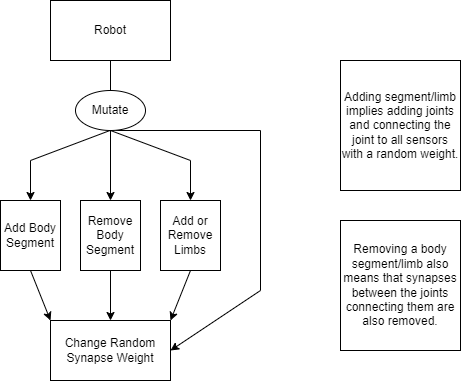
This is diagram-mutate.png from ankhaa-e/cs396-ludobots, a draw.io export, as it was before one commit. Source tidied: cells renumbered, new cells last; positions are measured from the earlier drawing's top-left corner, leaving out a move shared by most shapes. The source it was exported from:
```xml
<mxGraphModel>
  <root>
    <mxCell id="0" />
    <mxCell id="1" parent="0" />
    <mxCell id="2" value="Robot" style="rounded=0;whiteSpace=wrap;html=1;" parent="1" vertex="1">
      <mxGeometry x="50" width="120" height="60" as="geometry" />
    </mxCell>
    <mxCell id="3" style="endArrow=classic;html=1;rounded=0;exitX=0.5;exitY=1;exitDx=0;exitDy=0;" parent="1" edge="1" source="7">
      <mxGeometry relative="1" as="geometry">
        <mxPoint x="190" y="200" as="targetPoint" />
        <Array as="points">
          <mxPoint x="190" y="160" />
        </Array>
      </mxGeometry>
    </mxCell>
    <mxCell id="4" style="endArrow=classic;html=1;rounded=0;" parent="1" edge="1">
      <mxGeometry relative="1" as="geometry">
        <mxPoint x="109.5" y="130" as="sourcePoint" />
        <mxPoint x="30" y="200" as="targetPoint" />
        <Array as="points">
          <mxPoint x="30" y="160" />
        </Array>
      </mxGeometry>
    </mxCell>
    <mxCell id="5" style="endArrow=classic;html=1;rounded=0;entryX=1;entryY=0.5;entryDx=0;entryDy=0;" parent="1" edge="1" target="12">
      <mxGeometry relative="1" as="geometry">
        <mxPoint x="115" y="130" as="sourcePoint" />
        <Array as="points">
          <mxPoint x="260" y="130" />
          <mxPoint x="260" y="290" />
        </Array>
      </mxGeometry>
    </mxCell>
    <mxCell id="6" style="endArrow=classic;html=1;rounded=0;exitX=0.5;exitY=1;exitDx=0;exitDy=0;" parent="1" edge="1" source="2">
      <mxGeometry relative="1" as="geometry">
        <mxPoint x="110" y="200" as="targetPoint" />
      </mxGeometry>
    </mxCell>
    <mxCell id="7" value="Mutate" style="ellipse;whiteSpace=wrap;html=1;" parent="1" vertex="1">
      <mxGeometry x="75" y="90" width="70" height="40" as="geometry" />
    </mxCell>
    <mxCell id="8" value="Add Body Segment" style="rounded=0;whiteSpace=wrap;html=1;" parent="1" vertex="1">
      <mxGeometry y="200" width="60" height="70" as="geometry" />
    </mxCell>
    <mxCell id="9" value="Remove Body Segment" style="rounded=0;whiteSpace=wrap;html=1;" parent="1" vertex="1">
      <mxGeometry x="80" y="200" width="60" height="70" as="geometry" />
    </mxCell>
    <mxCell id="10" value="Add or Remove Limbs" style="rounded=0;whiteSpace=wrap;html=1;" parent="1" vertex="1">
      <mxGeometry x="160" y="200" width="60" height="70" as="geometry" />
    </mxCell>
    <mxCell id="11" style="endArrow=classic;html=1;rounded=0;exitX=0.5;exitY=1;exitDx=0;exitDy=0;entryX=0;entryY=0;entryDx=0;entryDy=0;" parent="1" edge="1" source="8" target="12">
      <mxGeometry relative="1" as="geometry" />
    </mxCell>
    <mxCell id="12" value="Change Random Synapse Weight" style="rounded=0;whiteSpace=wrap;html=1;" parent="1" vertex="1">
      <mxGeometry x="50" y="320" width="120" height="60" as="geometry" />
    </mxCell>
    <mxCell id="13" style="endArrow=classic;html=1;rounded=0;exitX=0.5;exitY=1;exitDx=0;exitDy=0;entryX=0.5;entryY=0;entryDx=0;entryDy=0;" parent="1" edge="1" source="9" target="12">
      <mxGeometry relative="1" as="geometry" />
    </mxCell>
    <mxCell id="14" style="endArrow=classic;html=1;rounded=0;exitX=0.5;exitY=1;exitDx=0;exitDy=0;entryX=1;entryY=0;entryDx=0;entryDy=0;" parent="1" edge="1" source="10" target="12">
      <mxGeometry relative="1" as="geometry" />
    </mxCell>
    <mxCell id="15" value="Adding segment/limb implies adding joints and connecting the joint to all sensors with a random weight." style="rounded=0;whiteSpace=wrap;html=1;" parent="1" vertex="1">
      <mxGeometry x="340" y="60" width="120" height="130" as="geometry" />
    </mxCell>
    <mxCell id="16" value="Removing a body segment/limb also means that synapses between the joints connecting them are also removed." style="rounded=0;whiteSpace=wrap;html=1;" parent="1" vertex="1">
      <mxGeometry x="340" y="220" width="120" height="130" as="geometry" />
    </mxCell>
  </root>
</mxGraphModel>
```
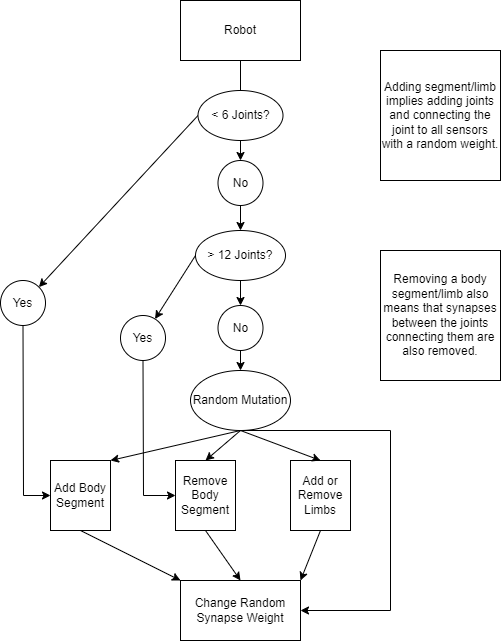
After the commit.

Diff of the diagram source:
```diff
@@ -3,56 +3,22 @@
     <mxCell id="0" />
     <mxCell id="1" parent="0" />
     <mxCell id="2" value="Robot" style="rounded=0;whiteSpace=wrap;html=1;" parent="1" vertex="1">
-      <mxGeometry x="50" width="120" height="60" as="geometry" />
+      <mxGeometry x="40" y="-140" width="120" height="60" as="geometry" />
     </mxCell>
-    <mxCell id="3" style="endArrow=classic;html=1;rounded=0;exitX=0.5;exitY=1;exitDx=0;exitDy=0;" parent="1" edge="1" source="7">
-      <mxGeometry relative="1" as="geometry">
-        <mxPoint x="190" y="200" as="targetPoint" />
-        <Array as="points">
-          <mxPoint x="190" y="160" />
-        </Array>
-      </mxGeometry>
-    </mxCell>
-    <mxCell id="4" style="endArrow=classic;html=1;rounded=0;" parent="1" edge="1">
-      <mxGeometry relative="1" as="geometry">
-        <mxPoint x="109.5" y="130" as="sourcePoint" />
-        <mxPoint x="30" y="200" as="targetPoint" />
-        <Array as="points">
-          <mxPoint x="30" y="160" />
-        </Array>
-      </mxGeometry>
-    </mxCell>
-    <mxCell id="5" style="endArrow=classic;html=1;rounded=0;entryX=1;entryY=0.5;entryDx=0;entryDy=0;" parent="1" edge="1" target="12">
-      <mxGeometry relative="1" as="geometry">
-        <mxPoint x="115" y="130" as="sourcePoint" />
-        <Array as="points">
-          <mxPoint x="260" y="130" />
-          <mxPoint x="260" y="290" />
-        </Array>
-      </mxGeometry>
-    </mxCell>
-    <mxCell id="6" style="endArrow=classic;html=1;rounded=0;exitX=0.5;exitY=1;exitDx=0;exitDy=0;" parent="1" edge="1" source="2">
-      <mxGeometry relative="1" as="geometry">
-        <mxPoint x="110" y="200" as="targetPoint" />
-      </mxGeometry>
-    </mxCell>
-    <mxCell id="7" value="Mutate" style="ellipse;whiteSpace=wrap;html=1;" parent="1" vertex="1">
-      <mxGeometry x="75" y="90" width="70" height="40" as="geometry" />
-    </mxCell>
     <mxCell id="8" value="Add Body Segment" style="rounded=0;whiteSpace=wrap;html=1;" parent="1" vertex="1">
-      <mxGeometry y="200" width="60" height="70" as="geometry" />
+      <mxGeometry x="-90" y="320" width="60" height="70" as="geometry" />
     </mxCell>
     <mxCell id="9" value="Remove Body Segment" style="rounded=0;whiteSpace=wrap;html=1;" parent="1" vertex="1">
-      <mxGeometry x="80" y="200" width="60" height="70" as="geometry" />
+      <mxGeometry x="35" y="320" width="60" height="70" as="geometry" />
     </mxCell>
     <mxCell id="10" value="Add or Remove Limbs" style="rounded=0;whiteSpace=wrap;html=1;" parent="1" vertex="1">
-      <mxGeometry x="160" y="200" width="60" height="70" as="geometry" />
+      <mxGeometry x="150" y="320" width="60" height="70" as="geometry" />
     </mxCell>
     <mxCell id="11" style="endArrow=classic;html=1;rounded=0;exitX=0.5;exitY=1;exitDx=0;exitDy=0;entryX=0;entryY=0;entryDx=0;entryDy=0;" parent="1" edge="1" source="8" target="12">
       <mxGeometry relative="1" as="geometry" />
     </mxCell>
     <mxCell id="12" value="Change Random Synapse Weight" style="rounded=0;whiteSpace=wrap;html=1;" parent="1" vertex="1">
-      <mxGeometry x="50" y="320" width="120" height="60" as="geometry" />
+      <mxGeometry x="40" y="440" width="120" height="60" as="geometry" />
     </mxCell>
     <mxCell id="13" style="endArrow=classic;html=1;rounded=0;exitX=0.5;exitY=1;exitDx=0;exitDy=0;entryX=0.5;entryY=0;entryDx=0;entryDy=0;" parent="1" edge="1" source="9" target="12">
       <mxGeometry relative="1" as="geometry" />
@@ -61,10 +27,84 @@
       <mxGeometry relative="1" as="geometry" />
     </mxCell>
     <mxCell id="15" value="Adding segment/limb implies adding joints and connecting the joint to all sensors with a random weight." style="rounded=0;whiteSpace=wrap;html=1;" parent="1" vertex="1">
-      <mxGeometry x="340" y="60" width="120" height="130" as="geometry" />
+      <mxGeometry x="240" y="-90" width="120" height="130" as="geometry" />
     </mxCell>
     <mxCell id="16" value="Removing a body segment/limb also means that synapses between the joints connecting them are also removed." style="rounded=0;whiteSpace=wrap;html=1;" parent="1" vertex="1">
-      <mxGeometry x="340" y="220" width="120" height="130" as="geometry" />
+      <mxGeometry x="240" y="110" width="120" height="130" as="geometry" />
     </mxCell>
+    <mxCell id="17" value="Yes" style="ellipse;whiteSpace=wrap;html=1;" parent="1" vertex="1">
+      <mxGeometry x="-140" y="140" width="45" height="45" as="geometry" />
+    </mxCell>
+    <mxCell id="18" style="endArrow=classic;html=1;rounded=0;exitX=0.5;exitY=1;exitDx=0;exitDy=0;entryX=0;entryY=0.5;entryDx=0;entryDy=0;" parent="1" edge="1" source="17" target="8">
+      <mxGeometry relative="1" as="geometry">
+        <Array as="points">
+          <mxPoint x="-117" y="355" />
+        </Array>
+      </mxGeometry>
+    </mxCell>
+    <mxCell id="19" style="endArrow=classic;html=1;rounded=0;exitX=0;exitY=0.5;exitDx=0;exitDy=0;entryX=1;entryY=0;entryDx=0;entryDy=0;" parent="1" edge="1" source="7" target="17">
+      <mxGeometry relative="1" as="geometry" />
+    </mxCell>
+    <mxCell id="20" style="endArrow=classic;html=1;rounded=0;exitX=0.5;exitY=1;exitDx=0;exitDy=0;entryX=0.5;entryY=0;entryDx=0;entryDy=0;" parent="1" edge="1" source="7" target="21">
+      <mxGeometry relative="1" as="geometry" />
+    </mxCell>
+    <mxCell id="21" value="No" style="ellipse;whiteSpace=wrap;html=1;" parent="1" vertex="1">
+      <mxGeometry x="77.5" y="20" width="45" height="45" as="geometry" />
+    </mxCell>
+    <mxCell id="22" style="endArrow=none;html=1;rounded=0;exitX=0.5;exitY=1;exitDx=0;exitDy=0;" parent="1" edge="1" source="2" target="7">
+      <mxGeometry relative="1" as="geometry" />
+    </mxCell>
+    <mxCell id="7" value="&amp;lt; 6 Joints?" style="ellipse;whiteSpace=wrap;html=1;" parent="1" vertex="1">
+      <mxGeometry x="57.5" y="-50" width="85" height="50" as="geometry" />
+    </mxCell>
+    <mxCell id="23" style="endArrow=classic;html=1;rounded=0;exitX=0.5;exitY=1;exitDx=0;exitDy=0;entryX=0.5;entryY=0;entryDx=0;entryDy=0;" parent="1" edge="1" source="21" target="24">
+      <mxGeometry relative="1" as="geometry" />
+    </mxCell>
+    <mxCell id="24" value="&amp;gt; 12 Joints?" style="ellipse;whiteSpace=wrap;html=1;" parent="1" vertex="1">
+      <mxGeometry x="55" y="90" width="90" height="50" as="geometry" />
+    </mxCell>
+    <mxCell id="25" style="endArrow=classic;html=1;rounded=0;startArrow=none;entryX=0.5;entryY=0;entryDx=0;entryDy=0;exitX=0.5;exitY=1;exitDx=0;exitDy=0;" parent="1" edge="1" source="29" target="26">
+      <mxGeometry relative="1" as="geometry" />
+    </mxCell>
+    <mxCell id="26" value="Random Mutation" style="ellipse;whiteSpace=wrap;html=1;" parent="1" vertex="1">
+      <mxGeometry x="50" y="230" width="100" height="60" as="geometry" />
+    </mxCell>
+    <mxCell id="27" style="endArrow=classic;html=1;rounded=0;entryX=0.5;entryY=0;entryDx=0;entryDy=0;strokeColor=default;targetPerimeterSpacing=0;endFill=1;exitX=0.5;exitY=1;exitDx=0;exitDy=0;" parent="1" edge="1" source="24" target="29">
+      <mxGeometry relative="1" as="geometry" />
+    </mxCell>
+    <mxCell id="28" value="Yes" style="ellipse;whiteSpace=wrap;html=1;" parent="1" vertex="1">
+      <mxGeometry x="-20" y="175" width="45" height="45" as="geometry" />
+    </mxCell>
+    <mxCell id="29" value="No" style="ellipse;whiteSpace=wrap;html=1;" parent="1" vertex="1">
+      <mxGeometry x="77.5" y="165" width="45" height="45" as="geometry" />
+    </mxCell>
+    <mxCell id="30" style="endArrow=classic;html=1;rounded=0;exitX=0;exitY=0.5;exitDx=0;exitDy=0;" parent="1" edge="1" source="24" target="28">
+      <mxGeometry relative="1" as="geometry" />
+    </mxCell>
+    <mxCell id="31" style="endArrow=classic;html=1;rounded=0;exitX=0.5;exitY=1;exitDx=0;exitDy=0;entryX=0;entryY=0.5;entryDx=0;entryDy=0;" parent="1" edge="1" source="28" target="9">
+      <mxGeometry relative="1" as="geometry">
+        <Array as="points">
+          <mxPoint x="3" y="355" />
+        </Array>
+      </mxGeometry>
+    </mxCell>
+    <mxCell id="32" style="endArrow=classic;html=1;rounded=0;exitX=0.5;exitY=1;exitDx=0;exitDy=0;entryX=1;entryY=0;entryDx=0;entryDy=0;" parent="1" edge="1" source="26" target="8">
+      <mxGeometry relative="1" as="geometry" />
+    </mxCell>
+    <mxCell id="33" style="endArrow=classic;html=1;rounded=0;exitX=0.5;exitY=1;exitDx=0;exitDy=0;entryX=0.5;entryY=0;entryDx=0;entryDy=0;" parent="1" edge="1" source="26" target="9">
+      <mxGeometry relative="1" as="geometry" />
+    </mxCell>
+    <mxCell id="34" style="endArrow=classic;html=1;rounded=0;exitX=0.5;exitY=1;exitDx=0;exitDy=0;entryX=0.5;entryY=0;entryDx=0;entryDy=0;" parent="1" edge="1" source="26" target="10">
+      <mxGeometry relative="1" as="geometry" />
+    </mxCell>
+    <mxCell id="35" style="endArrow=classic;html=1;rounded=0;entryX=1;entryY=0.5;entryDx=0;entryDy=0;" parent="1" edge="1" target="12">
+      <mxGeometry relative="1" as="geometry">
+        <mxPoint x="100" y="290" as="sourcePoint" />
+        <Array as="points">
+          <mxPoint x="250" y="290" />
+          <mxPoint x="250" y="470" />
+        </Array>
+      </mxGeometry>
+    </mxCell>
   </root>
 </mxGraphModel>
```
